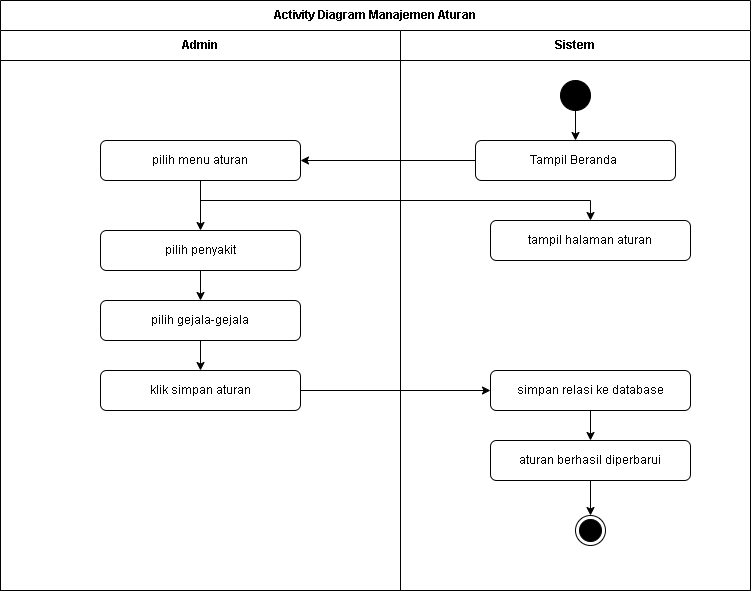
Earlier version of the draw.io export diagram/Activity/admin_aturan.png (Jinsky/Jinsky). Source tidied: cells renumbered, new cells last; positions are measured from the earlier drawing's top-left corner, leaving out a move shared by most shapes.
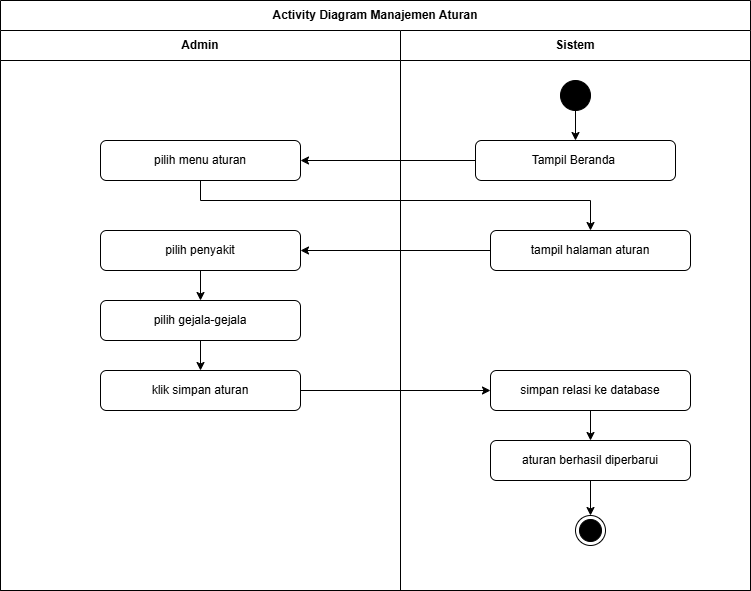
The same diagram one commit later.

Diff of the diagram source:
```diff
@@ -8,9 +8,6 @@
     <mxCell id="3" value="Admin" style="swimlane;html=1;startSize=30;whiteSpace=wrap;" parent="2" vertex="1">
       <mxGeometry y="30" width="400" height="560" as="geometry" />
     </mxCell>
-    <mxCell id="4" style="edgeStyle=none;html=1;entryX=0.5;entryY=0;entryDx=0;entryDy=0;" parent="3" edge="1" source="5" target="6">
-      <mxGeometry relative="1" as="geometry" />
-    </mxCell>
     <mxCell id="5" value="pilih menu aturan" style="rounded=1;whiteSpace=wrap;html=1;" parent="3" vertex="1">
       <mxGeometry x="100" y="110" width="200" height="40" as="geometry" />
     </mxCell>
@@ -27,7 +24,7 @@
       <mxGeometry x="400" y="30" width="350" height="560" as="geometry" />
     </mxCell>
     <mxCell id="10" value="tampil halaman aturan" style="rounded=1;whiteSpace=wrap;html=1;" parent="9" vertex="1">
-      <mxGeometry x="90" y="190" width="200" height="40" as="geometry" />
+      <mxGeometry x="90" y="200" width="200" height="40" as="geometry" />
     </mxCell>
     <mxCell id="11" value="simpan relasi ke database" style="rounded=1;whiteSpace=wrap;html=1;" parent="9" vertex="1">
       <mxGeometry x="90" y="340" width="200" height="40" as="geometry" />
@@ -53,6 +50,9 @@
     <mxCell id="18" style="edgeStyle=none;html=1;entryX=1;entryY=0.5;entryDx=0;entryDy=0;" parent="2" edge="1" source="17" target="5">
       <mxGeometry relative="1" as="geometry" />
     </mxCell>
+    <mxCell id="24" style="edgeStyle=none;html=1;entryX=1;entryY=0.5;entryDx=0;entryDy=0;" parent="2" edge="1" source="10" target="6">
+      <mxGeometry relative="1" as="geometry" />
+    </mxCell>
     <mxCell id="19" style="edgeStyle=orthogonalEdgeStyle;rounded=0;jettySize=auto;html=1;" parent="1" edge="1" source="5" target="10">
       <mxGeometry relative="1" as="geometry">
         <Array as="points">
```
